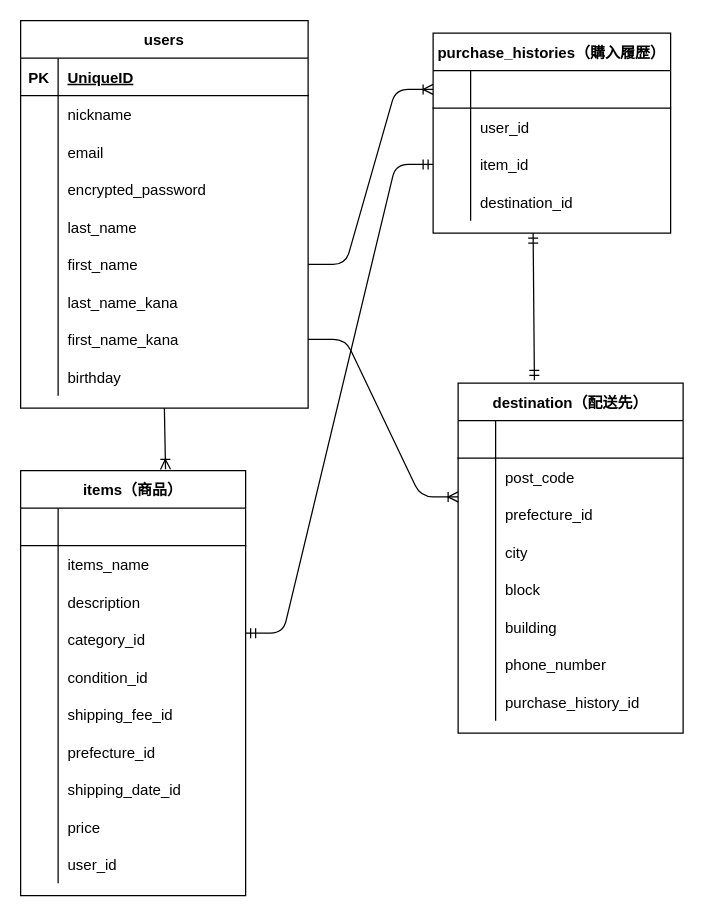
Before: furima.dio in btpgy54/furima-37674, a draw.io diagram. Source tidied: cells renumbered, new cells numbered last; positions are measured from the earlier drawing's top-left corner, leaving out a move shared by most shapes. Both pictures are drawn from the tidied source at 125%, with x=0, y=0 at pixel (20, 20).
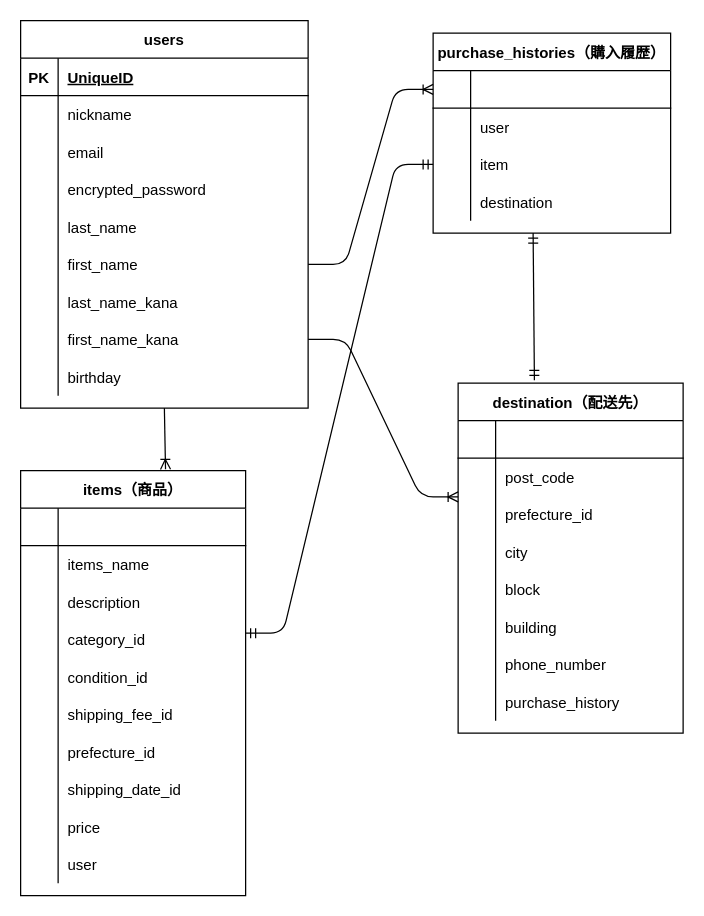
The same diagram, later.

Commit message (it also covers changes not shown here):
データベース設計の修正

Unchanged cells that the change refers to:
```xml
<mxCell id="52" style="shape=partialRectangle;fillColor=none;top=0;left=0;bottom=0;right=0;" parent="30" vertex="1">
  <mxGeometry y="240" width="180" height="30" as="geometry" />
</mxCell>
<mxCell id="83" style="shape=partialRectangle;fillColor=none;top=0;left=0;bottom=0;right=0;" parent="55" vertex="1">
  <mxGeometry y="300" width="180" height="30" as="geometry" />
</mxCell>
<mxCell id="92" style="shape=partialRectangle;fillColor=none;top=0;left=0;bottom=0;right=0;" parent="88" vertex="1">
  <mxGeometry y="60" width="190" height="30" as="geometry" />
</mxCell>
<mxCell id="95" style="shape=partialRectangle;fillColor=none;top=0;left=0;bottom=0;right=0;points=[[0,0.5],[1,0.5]];portConstraint=eastwest;" parent="88" vertex="1">
  <mxGeometry y="90" width="190" height="30" as="geometry" />
</mxCell>
<mxCell id="98" style="shape=partialRectangle;fillColor=none;top=0;left=0;bottom=0;right=0;" parent="88" vertex="1">
  <mxGeometry y="120" width="190" height="30" as="geometry" />
</mxCell>
```

Change to the diagram source:
```diff
@@
-    <mxCell id="54" value="purchase_history_id" style="shape=partialRectangle;fillColor=none;top=0;left=0;bottom=0;right=0;align=left;spacingLeft=6;overflow=hidden;" parent="52" vertex="1">
+    <mxCell id="54" value="purchase_history" style="shape=partialRectangle;fillColor=none;top=0;left=0;bottom=0;right=0;align=left;spacingLeft=6;overflow=hidden;" parent="52" vertex="1">
       <mxGeometry x="30" width="150" height="30" as="geometry" />
     </mxCell>
@@
-    <mxCell id="85" value="user_id" style="shape=partialRectangle;fillColor=none;top=0;left=0;bottom=0;right=0;align=left;spacingLeft=6;overflow=hidden;" parent="83" vertex="1">
+    <mxCell id="85" value="user" style="shape=partialRectangle;fillColor=none;top=0;left=0;bottom=0;right=0;align=left;spacingLeft=6;overflow=hidden;" parent="83" vertex="1">
       <mxGeometry x="30" width="150" height="30" as="geometry" />
     </mxCell>
@@
-    <mxCell id="94" value="user_id" style="shape=partialRectangle;fillColor=none;top=0;left=0;bottom=0;right=0;align=left;spacingLeft=6;overflow=hidden;" parent="92" vertex="1">
+    <mxCell id="94" value="user" style="shape=partialRectangle;fillColor=none;top=0;left=0;bottom=0;right=0;align=left;spacingLeft=6;overflow=hidden;" parent="92" vertex="1">
       <mxGeometry x="30" width="160" height="30" as="geometry" />
     </mxCell>
@@
-    <mxCell id="97" value="item_id" style="shape=partialRectangle;fillColor=none;top=0;left=0;bottom=0;right=0;align=left;spacingLeft=6;overflow=hidden;" parent="95" vertex="1">
+    <mxCell id="97" value="item" style="shape=partialRectangle;fillColor=none;top=0;left=0;bottom=0;right=0;align=left;spacingLeft=6;overflow=hidden;" parent="95" vertex="1">
       <mxGeometry x="30" width="160" height="30" as="geometry" />
     </mxCell>
@@
-    <mxCell id="100" value="destination_id" style="shape=partialRectangle;fillColor=none;top=0;left=0;bottom=0;right=0;align=left;spacingLeft=6;overflow=hidden;" parent="98" vertex="1">
+    <mxCell id="100" value="destination" style="shape=partialRectangle;fillColor=none;top=0;left=0;bottom=0;right=0;align=left;spacingLeft=6;overflow=hidden;" parent="98" vertex="1">
       <mxGeometry x="30" width="160" height="30" as="geometry" />
     </mxCell>
```
